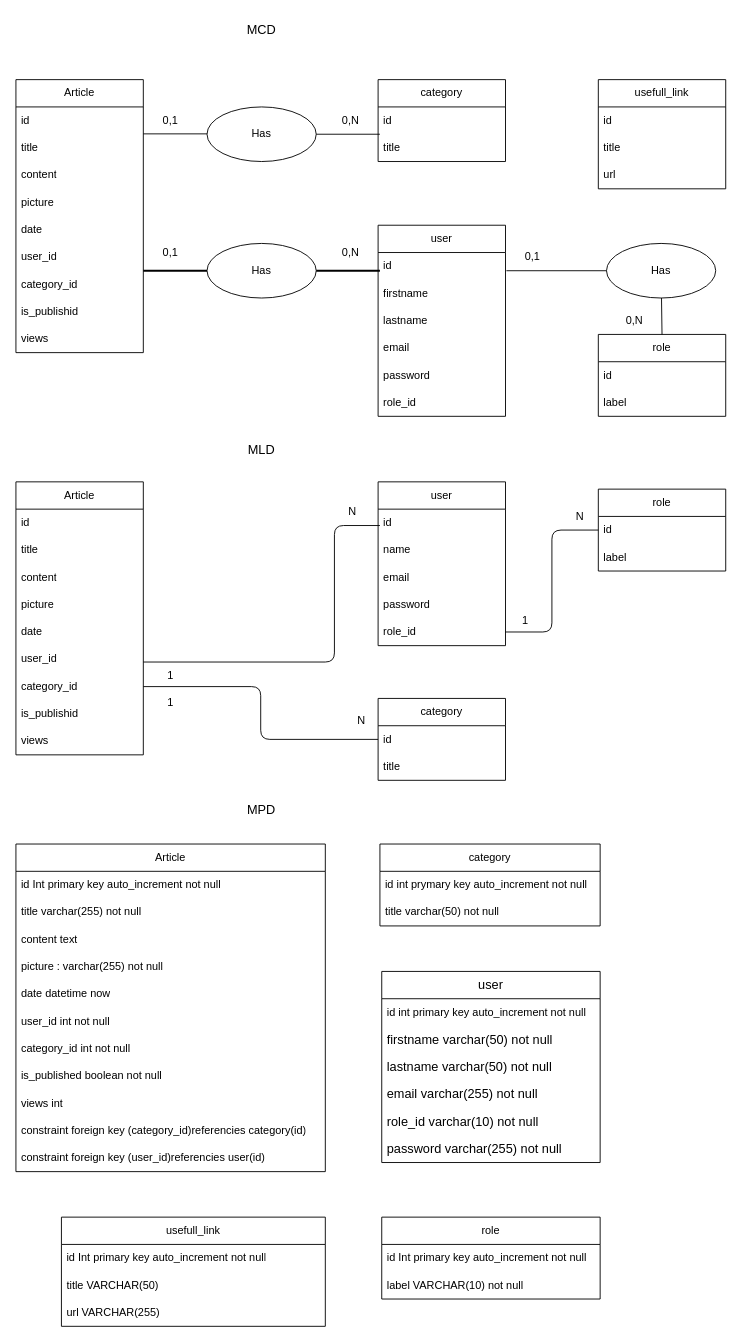
Before: server/database/Modelisation.drawio in Flam64/CheckPoint-4-astro_and_aeronautics, a draw.io diagram. Source tidied: cells renumbered, new cells numbered last; positions are measured from the earlier drawing's top-left corner, leaving out a move shared by most shapes. Both pictures are drawn from the tidied source at 91%, with x=0, y=0 at pixel (15, 15).
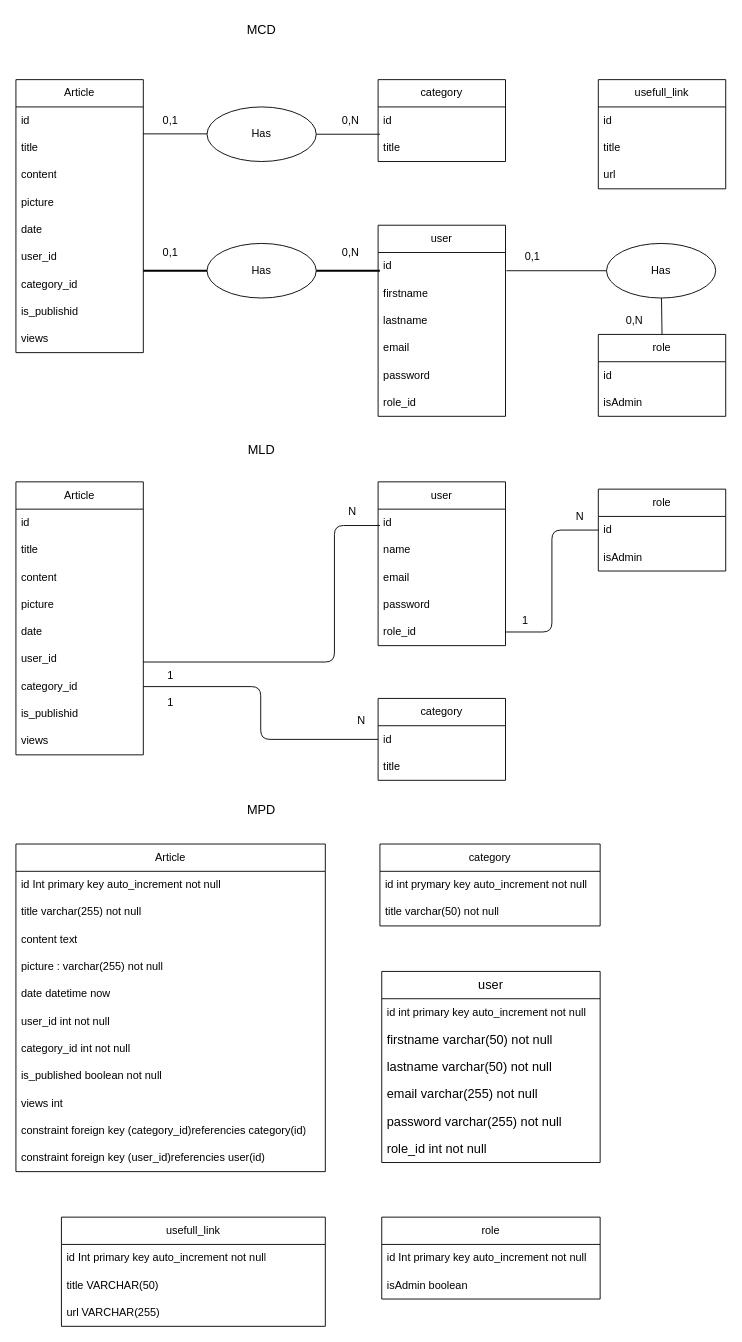
Above is the later version.

The change refers to these unchanged cells:
```xml
<mxCell id="54" value="user" style="swimlane;fontStyle=0;horizontal=1;startSize=30;whiteSpace=wrap;html=1;fontFamily=Helvetica;fontSize=14;fontColor=default;" parent="1" vertex="1">
  <mxGeometry x="402" y="1050" width="240" height="210" as="geometry" />
</mxCell>
<mxCell id="85" value="role" style="swimlane;fontStyle=0;horizontal=1;startSize=30;whiteSpace=wrap;html=1;" parent="1" vertex="1">
  <mxGeometry x="640" y="350" width="140" height="90" as="geometry" />
</mxCell>
<mxCell id="92" value="role" style="swimlane;fontStyle=0;horizontal=1;startSize=30;whiteSpace=wrap;html=1;" parent="1" vertex="1">
  <mxGeometry x="402" y="1320" width="240" height="90" as="geometry" />
</mxCell>
<mxCell id="98" value="role" style="swimlane;fontStyle=0;horizontal=1;startSize=30;whiteSpace=wrap;html=1;" parent="1" vertex="1">
  <mxGeometry x="640" y="520" width="140" height="90" as="geometry" />
</mxCell>
```

What changed in the source:
```diff
@@
+    <mxCell id="60" value="password varchar(255) not null" style="text;strokeColor=none;fillColor=none;align=left;verticalAlign=middle;spacingLeft=4;spacingRight=4;overflow=hidden;whiteSpace=wrap;html=1;fontFamily=Helvetica;fontSize=14;fontColor=default;" parent="54" vertex="1">
+      <mxGeometry y="150" width="240" height="30" as="geometry" />
+    </mxCell>
-    <mxCell id="59" value="role_id varchar(10) not null" style="text;strokeColor=none;fillColor=none;align=left;verticalAlign=middle;spacingLeft=4;spacingRight=4;overflow=hidden;whiteSpace=wrap;html=1;fontFamily=Helvetica;fontSize=14;fontColor=default;" parent="54" vertex="1">
-      <mxGeometry y="150" width="240" height="30" as="geometry" />
+    <mxCell id="59" value="role_id int not null" style="text;strokeColor=none;fillColor=none;align=left;verticalAlign=middle;spacingLeft=4;spacingRight=4;overflow=hidden;whiteSpace=wrap;html=1;fontFamily=Helvetica;fontSize=14;fontColor=default;" parent="54" vertex="1">
+      <mxGeometry y="180" width="240" height="30" as="geometry" />
     </mxCell>
-    <mxCell id="60" value="password varchar(255) not null" style="text;strokeColor=none;fillColor=none;align=left;verticalAlign=middle;spacingLeft=4;spacingRight=4;overflow=hidden;whiteSpace=wrap;html=1;fontFamily=Helvetica;fontSize=14;fontColor=default;" parent="54" vertex="1">
-      <mxGeometry y="180" width="240" height="30" as="geometry" />
-    </mxCell>
@@
-    <mxCell id="87" value="label" style="text;strokeColor=none;fillColor=none;align=left;verticalAlign=middle;spacingLeft=4;spacingRight=4;overflow=hidden;whiteSpace=wrap;html=1;" parent="85" vertex="1">
+    <mxCell id="87" value="isAdmin" style="text;strokeColor=none;fillColor=none;align=left;verticalAlign=middle;spacingLeft=4;spacingRight=4;overflow=hidden;whiteSpace=wrap;html=1;" parent="85" vertex="1">
       <mxGeometry y="60" width="140" height="30" as="geometry" />
     </mxCell>
@@
-    <mxCell id="94" value="label VARCHAR(10) not null" style="text;strokeColor=none;fillColor=none;align=left;verticalAlign=middle;spacingLeft=4;spacingRight=4;overflow=hidden;whiteSpace=wrap;html=1;" parent="92" vertex="1">
+    <mxCell id="94" value="isAdmin boolean" style="text;strokeColor=none;fillColor=none;align=left;verticalAlign=middle;spacingLeft=4;spacingRight=4;overflow=hidden;whiteSpace=wrap;html=1;" parent="92" vertex="1">
       <mxGeometry y="60" width="240" height="30" as="geometry" />
     </mxCell>
@@
-    <mxCell id="100" value="label" style="text;strokeColor=none;fillColor=none;align=left;verticalAlign=middle;spacingLeft=4;spacingRight=4;overflow=hidden;whiteSpace=wrap;html=1;" parent="98" vertex="1">
+    <mxCell id="100" value="isAdmin" style="text;strokeColor=none;fillColor=none;align=left;verticalAlign=middle;spacingLeft=4;spacingRight=4;overflow=hidden;whiteSpace=wrap;html=1;" parent="98" vertex="1">
       <mxGeometry y="60" width="140" height="30" as="geometry" />
     </mxCell>
```
